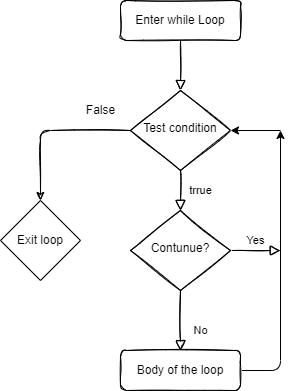
Before: Continue Flow chart Diagram.drawio.png, a diagram exported from draw.io (PaulineMemo/Memo-Test). Source tidied: cells renumbered, new cells last; positions are measured from the earlier drawing's top-left corner, leaving out a move shared by most shapes. Its diagram source:
```xml
<mxGraphModel>
  <root>
    <mxCell id="0" />
    <mxCell id="1" parent="0" />
    <mxCell id="2" style="rounded=0;html=1;jettySize=auto;fontSize=11;endArrow=block;endFill=0;endSize=8;strokeWidth=1;shadow=0;labelBackgroundColor=none;edgeStyle=orthogonalEdgeStyle;sketch=1;" parent="1" edge="1" source="3" target="7">
      <mxGeometry relative="1" as="geometry" />
    </mxCell>
    <mxCell id="3" value="Enter while Loop" style="rounded=1;whiteSpace=wrap;html=1;fontSize=12;glass=0;strokeWidth=1;shadow=0;sketch=1;" parent="1" vertex="1">
      <mxGeometry x="120" width="120" height="40" as="geometry" />
    </mxCell>
    <mxCell id="4" value="trrue" style="rounded=0;html=1;jettySize=auto;fontSize=11;endArrow=block;endFill=0;endSize=8;strokeWidth=1;shadow=0;labelBackgroundColor=none;edgeStyle=orthogonalEdgeStyle;sketch=1;" parent="1" edge="1" source="7" target="10">
      <mxGeometry y="20" relative="1" as="geometry" />
    </mxCell>
    <mxCell id="5" style="edgeStyle=orthogonalEdgeStyle;curved=0;rounded=1;sketch=1;jettySize=auto;html=1;exitX=0;exitY=0.5;exitDx=0;exitDy=0;" parent="1" edge="1" source="7" target="14">
      <mxGeometry relative="1" as="geometry">
        <Array as="points">
          <mxPoint x="40" y="130" />
          <mxPoint x="40" y="240" />
        </Array>
      </mxGeometry>
    </mxCell>
    <mxCell id="6" style="edgeStyle=orthogonalEdgeStyle;curved=0;rounded=1;sketch=0;jettySize=auto;html=1;entryX=1;entryY=0.5;entryDx=0;entryDy=0;" parent="1" edge="1" target="7">
      <mxGeometry relative="1" as="geometry">
        <mxPoint x="280" y="130" as="sourcePoint" />
      </mxGeometry>
    </mxCell>
    <mxCell id="7" value="Test condition" style="rhombus;whiteSpace=wrap;html=1;shadow=0;fontFamily=Helvetica;fontSize=12;align=center;strokeWidth=1;spacing=6;spacingTop=-4;sketch=1;" parent="1" vertex="1">
      <mxGeometry x="130" y="90" width="100" height="80" as="geometry" />
    </mxCell>
    <mxCell id="8" value="No" style="rounded=0;html=1;jettySize=auto;fontSize=11;endArrow=block;endFill=0;endSize=8;strokeWidth=1;shadow=0;labelBackgroundColor=none;edgeStyle=orthogonalEdgeStyle;sketch=1;" parent="1" edge="1" source="10" target="12">
      <mxGeometry x="0.33" y="20" relative="1" as="geometry" />
    </mxCell>
    <mxCell id="9" value="Yes" style="edgeStyle=orthogonalEdgeStyle;rounded=0;html=1;jettySize=auto;fontSize=11;endArrow=block;endFill=0;endSize=8;strokeWidth=1;shadow=0;labelBackgroundColor=none;sketch=1;" parent="1" edge="1" source="10">
      <mxGeometry y="10" relative="1" as="geometry">
        <mxPoint x="280" y="250" as="targetPoint" />
      </mxGeometry>
    </mxCell>
    <mxCell id="10" value="Contunue?" style="rhombus;whiteSpace=wrap;html=1;shadow=0;fontFamily=Helvetica;fontSize=12;align=center;strokeWidth=1;spacing=6;spacingTop=-4;sketch=1;" parent="1" vertex="1">
      <mxGeometry x="130" y="210" width="100" height="80" as="geometry" />
    </mxCell>
    <mxCell id="11" style="edgeStyle=orthogonalEdgeStyle;curved=0;rounded=1;sketch=0;jettySize=auto;html=1;exitX=1;exitY=0.5;exitDx=0;exitDy=0;" parent="1" edge="1" source="12">
      <mxGeometry relative="1" as="geometry">
        <mxPoint x="280" y="130" as="targetPoint" />
        <Array as="points">
          <mxPoint x="280" y="370" />
          <mxPoint x="280" y="130" />
        </Array>
      </mxGeometry>
    </mxCell>
    <mxCell id="12" value="Body of the loop" style="rounded=1;whiteSpace=wrap;html=1;fontSize=12;glass=0;strokeWidth=1;shadow=0;sketch=1;" parent="1" vertex="1">
      <mxGeometry x="120" y="350" width="120" height="40" as="geometry" />
    </mxCell>
    <mxCell id="13" value="False" style="text;html=1;align=center;verticalAlign=middle;strokeColor=none;fillColor=none;" parent="1" vertex="1">
      <mxGeometry x="80" y="100" width="40" height="20" as="geometry" />
    </mxCell>
    <mxCell id="14" value="Exit loop" style="rhombus;whiteSpace=wrap;html=1;rounded=0;sketch=0;" parent="1" vertex="1">
      <mxGeometry y="200" width="80" height="80" as="geometry" />
    </mxCell>
  </root>
</mxGraphModel>
```
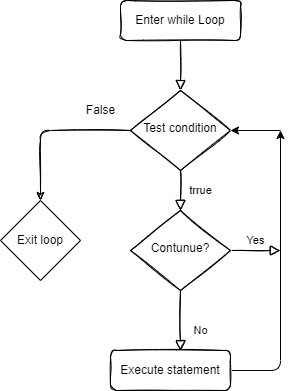
The same file after the commit.

The edit, as a diff of the source:
```diff
@@ -28,7 +28,12 @@
       <mxGeometry x="130" y="90" width="100" height="80" as="geometry" />
     </mxCell>
     <mxCell id="8" value="No" style="rounded=0;html=1;jettySize=auto;fontSize=11;endArrow=block;endFill=0;endSize=8;strokeWidth=1;shadow=0;labelBackgroundColor=none;edgeStyle=orthogonalEdgeStyle;sketch=1;" parent="1" edge="1" source="10" target="12">
-      <mxGeometry x="0.33" y="20" relative="1" as="geometry" />
+      <mxGeometry x="0.33" y="20" relative="1" as="geometry">
+        <Array as="points">
+          <mxPoint x="180" y="340" />
+          <mxPoint x="180" y="340" />
+        </Array>
+      </mxGeometry>
     </mxCell>
     <mxCell id="9" value="Yes" style="edgeStyle=orthogonalEdgeStyle;rounded=0;html=1;jettySize=auto;fontSize=11;endArrow=block;endFill=0;endSize=8;strokeWidth=1;shadow=0;labelBackgroundColor=none;sketch=1;" parent="1" edge="1" source="10">
       <mxGeometry y="10" relative="1" as="geometry">
@@ -47,8 +52,8 @@
         </Array>
       </mxGeometry>
     </mxCell>
-    <mxCell id="12" value="Body of the loop" style="rounded=1;whiteSpace=wrap;html=1;fontSize=12;glass=0;strokeWidth=1;shadow=0;sketch=1;" parent="1" vertex="1">
-      <mxGeometry x="120" y="350" width="120" height="40" as="geometry" />
+    <mxCell id="12" value="Execute statement" style="rounded=1;whiteSpace=wrap;html=1;fontSize=12;glass=0;strokeWidth=1;shadow=0;sketch=1;" parent="1" vertex="1">
+      <mxGeometry x="110" y="350" width="120" height="40" as="geometry" />
     </mxCell>
     <mxCell id="13" value="False" style="text;html=1;align=center;verticalAlign=middle;strokeColor=none;fillColor=none;" parent="1" vertex="1">
       <mxGeometry x="80" y="100" width="40" height="20" as="geometry" />
```
